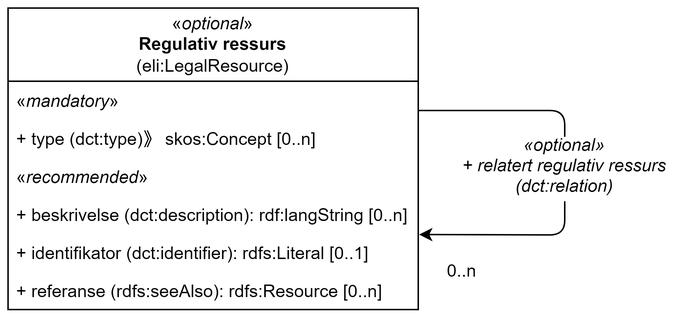
Before: docs/images/cdvno-legal-resource.png, a diagram exported from draw.io (Informasjonsforvaltning/cdvno). Source tidied: cells renumbered, new cells last; positions are measured from the earlier drawing's top-left corner, leaving out a move shared by most shapes.
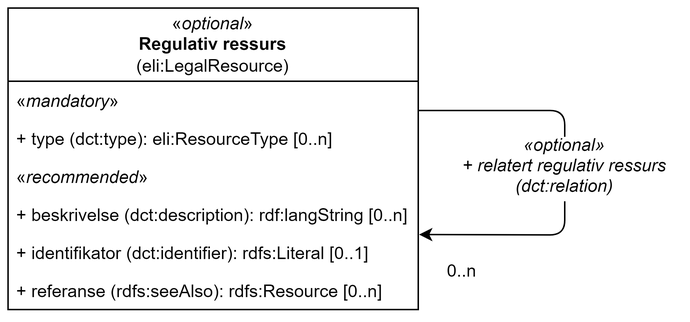
The same file after the commit.

Commit message:
Retter opp feil i tegningen for LegalResource

The edit, as a diff of the source:
```diff
@@ -23,7 +23,7 @@
     <mxCell id="6" value="«&lt;i&gt;mandatory&lt;/i&gt;»" style="text;strokeColor=none;fillColor=none;align=left;verticalAlign=top;spacingLeft=4;spacingRight=4;overflow=hidden;whiteSpace=wrap;html=1;" parent="5" vertex="1">
       <mxGeometry y="50" width="280" height="26" as="geometry" />
     </mxCell>
-    <mxCell id="7" value="+&amp;nbsp;type (dct:type)》 skos:Concept [0..n]" style="text;strokeColor=none;fillColor=none;align=left;verticalAlign=top;spacingLeft=4;spacingRight=4;overflow=hidden;whiteSpace=wrap;html=1;" parent="5" vertex="1">
+    <mxCell id="7" value="+&amp;nbsp;type (dct:type):&amp;nbsp;eli:ResourceType&lt;span style=&quot;background-color: initial;&quot;&gt;&amp;nbsp;[0..n]&lt;/span&gt;" style="text;strokeColor=none;fillColor=none;align=left;verticalAlign=top;spacingLeft=4;spacingRight=4;overflow=hidden;whiteSpace=wrap;html=1;" parent="5" vertex="1">
       <mxGeometry y="76" width="280" height="26" as="geometry" />
     </mxCell>
     <mxCell id="8" value="«&lt;i&gt;recommended&lt;/i&gt;»" style="text;strokeColor=none;fillColor=none;align=left;verticalAlign=top;spacingLeft=4;spacingRight=4;overflow=hidden;whiteSpace=wrap;html=1;" parent="5" vertex="1">
```
